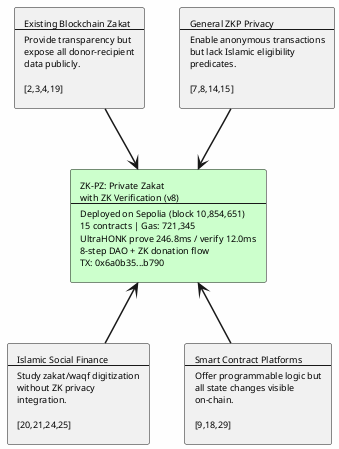
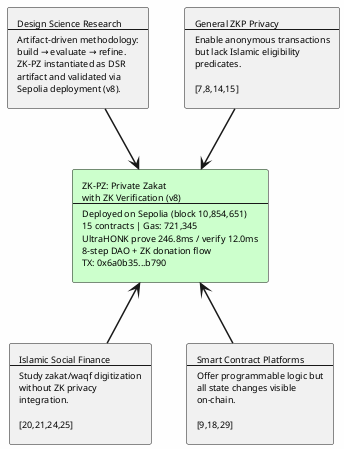
@startuml
skinparam backgroundColor #FEFEFE
skinparam shadowing false
skinparam defaultFontName Times-Roman
skinparam defaultFontSize 9
skinparam arrowThickness 1.5


- rectangle "Existing Blockchain Zakat\n--\nProvide transparency but\nexpose all donor-recipient\ndata publicly.\n\n[2,3,4,19]" as TL
+ rectangle "Design Science Research\n--\nArtifact-driven methodology:\nbuild → evaluate → refine.\nZK-PZ instantiated as DSR\nartifact and validated via\nSepolia deployment (v8)." as TL
rectangle "General ZKP Privacy\n--\nEnable anonymous transactions\nbut lack Islamic eligibility\npredicates.\n\n[7,8,14,15]" as TR
rectangle "Islamic Social Finance\n--\nStudy zakat/waqf digitization\nwithout ZK privacy\nintegration.\n\n[20,21,24,25]" as BL
rectangle "Smart Contract Platforms\n--\nOffer programmable logic but\nall state changes visible\non-chain.\n\n[9,18,29]" as BR

rectangle "ZK-PZ: Private Zakat\nwith ZK Verification (v8)\n--\nDeployed on Sepolia (block 10,854,651)\n15 contracts | Gas: 721,345\nUltraHONK prove 246.8ms / verify 12.0ms\n8-step DAO + ZK donation flow\nTX: 0x6a0b35...b790" as CENTER #CCFFCC

TL -down-> CENTER
TR -down-> CENTER
BL -up-> CENTER
BR -up-> CENTER

@enduml
